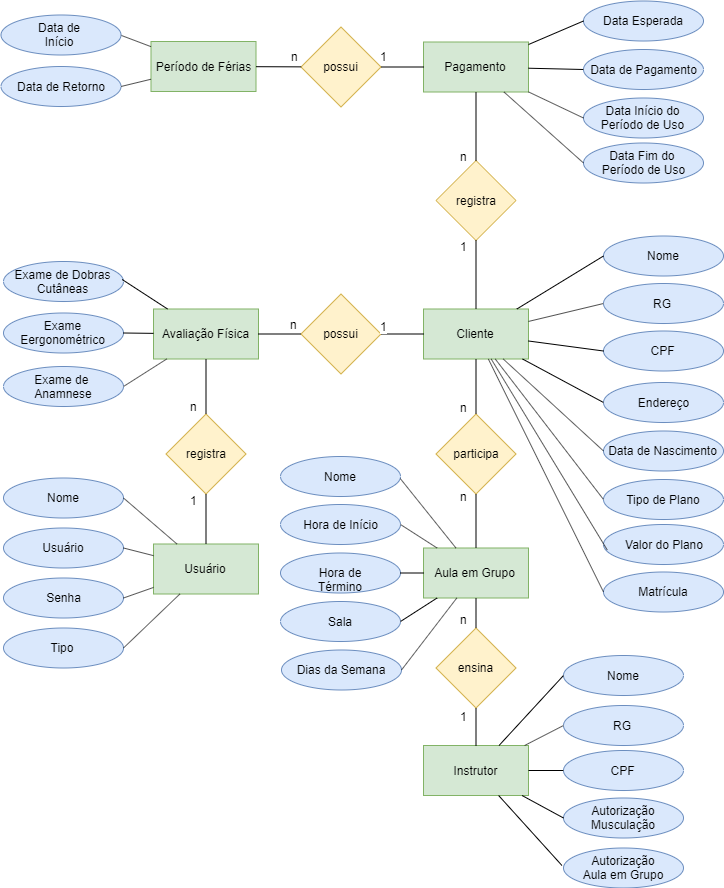
This is docs/diagramas/Diagrama Entidade-Relacionamento.png from will-steffen/esof-tcc, a draw.io export, as it was before one commit. Source tidied: cells renumbered, new cells last; positions are measured from the earlier drawing's top-left corner, leaving out a move shared by most shapes.
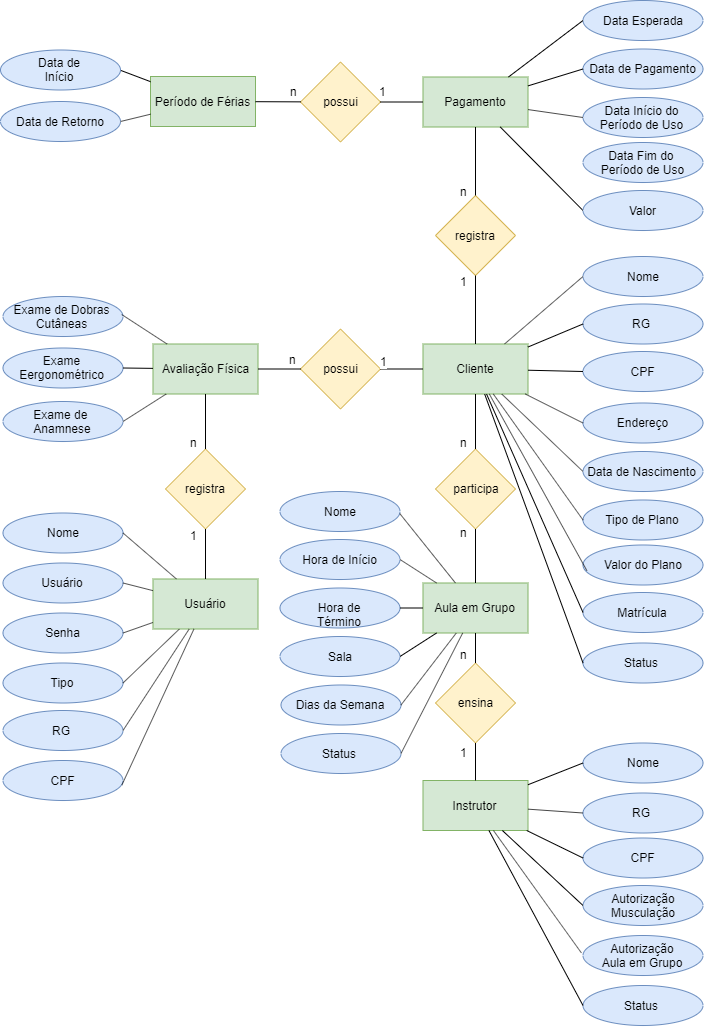
The same diagram one commit later.

Diff of the diagram source:
```diff
@@ -88,16 +88,16 @@
       <mxGeometry x="-0.5" y="65" width="120" height="40" as="geometry" />
     </mxCell>
     <mxCell id="27" value="Data Esperada" style="ellipse;whiteSpace=wrap;html=1;fillColor=#dae8fc;strokeColor=#6c8ebf;" parent="1" vertex="1">
-      <mxGeometry x="582" y="-0.5" width="120" height="40" as="geometry" />
+      <mxGeometry x="582" y="-36" width="120" height="40" as="geometry" />
     </mxCell>
     <mxCell id="28" value="Data de Pagamento" style="ellipse;whiteSpace=wrap;html=1;fillColor=#dae8fc;strokeColor=#6c8ebf;" parent="1" vertex="1">
-      <mxGeometry x="582" y="48" width="120" height="40" as="geometry" />
+      <mxGeometry x="582" y="12.5" width="120" height="40" as="geometry" />
     </mxCell>
     <mxCell id="29" value="Data Início do Período de Uso" style="ellipse;whiteSpace=wrap;html=1;fillColor=#dae8fc;strokeColor=#6c8ebf;" parent="1" vertex="1">
-      <mxGeometry x="582" y="96.5" width="120" height="40" as="geometry" />
+      <mxGeometry x="582" y="61" width="120" height="40" as="geometry" />
     </mxCell>
     <mxCell id="30" value="Data Fim do &lt;br&gt;Período de Uso" style="ellipse;whiteSpace=wrap;html=1;fillColor=#dae8fc;strokeColor=#6c8ebf;" parent="1" vertex="1">
-      <mxGeometry x="582" y="141.5" width="120" height="40" as="geometry" />
+      <mxGeometry x="582" y="106" width="120" height="40" as="geometry" />
     </mxCell>
     <mxCell id="31" value="Nome" style="ellipse;whiteSpace=wrap;html=1;fillColor=#dae8fc;strokeColor=#6c8ebf;" parent="1" vertex="1">
       <mxGeometry x="2" y="476.5" width="120" height="40" as="geometry" />
@@ -168,16 +168,16 @@
       </mxGeometry>
     </mxCell>
     <mxCell id="49" value="Endereço" style="ellipse;whiteSpace=wrap;html=1;fillColor=#dae8fc;strokeColor=#6c8ebf;" parent="1" vertex="1">
-      <mxGeometry x="602" y="381" width="120" height="40" as="geometry" />
+      <mxGeometry x="582" y="366.5" width="120" height="40" as="geometry" />
     </mxCell>
     <mxCell id="50" value="Data de Nascimento" style="ellipse;whiteSpace=wrap;html=1;fillColor=#dae8fc;strokeColor=#6c8ebf;" parent="1" vertex="1">
-      <mxGeometry x="602" y="429.5" width="120" height="40" as="geometry" />
+      <mxGeometry x="582" y="415" width="120" height="40" as="geometry" />
     </mxCell>
     <mxCell id="51" value="Tipo de Plano" style="ellipse;whiteSpace=wrap;html=1;fillColor=#dae8fc;strokeColor=#6c8ebf;" parent="1" vertex="1">
-      <mxGeometry x="602" y="478" width="120" height="40" as="geometry" />
+      <mxGeometry x="582" y="463.5" width="120" height="40" as="geometry" />
     </mxCell>
     <mxCell id="52" value="Valor do Plano" style="ellipse;whiteSpace=wrap;html=1;fillColor=#dae8fc;strokeColor=#6c8ebf;" parent="1" vertex="1">
-      <mxGeometry x="602" y="523" width="120" height="40" as="geometry" />
+      <mxGeometry x="582" y="508.5" width="120" height="40" as="geometry" />
     </mxCell>
     <mxCell id="53" value="Exame de Dobras Cutâneas" style="ellipse;whiteSpace=wrap;html=1;fillColor=#dae8fc;strokeColor=#6c8ebf;" parent="1" vertex="1">
       <mxGeometry x="2" y="260" width="120" height="40" as="geometry" />
@@ -214,7 +214,7 @@
     <mxCell id="63" style="endArrow=none;html=1;exitX=0;exitY=0.5;exitDx=0;exitDy=0;" parent="1" edge="1" source="27" target="3">
       <mxGeometry relative="1" as="geometry" />
     </mxCell>
-    <mxCell id="64" style="endArrow=none;html=1;exitX=0;exitY=0.5;exitDx=0;exitDy=0;" parent="1" edge="1" source="30" target="3">
+    <mxCell id="64" style="endArrow=none;html=1;exitX=0;exitY=0.5;exitDx=0;exitDy=0;" parent="1" edge="1" source="111" target="3">
       <mxGeometry relative="1" as="geometry" />
     </mxCell>
     <mxCell id="65" style="endArrow=none;html=1;entryX=1;entryY=0.5;entryDx=0;entryDy=0;" parent="1" edge="1" source="4" target="31">
@@ -230,19 +230,19 @@
       <mxGeometry relative="1" as="geometry" />
     </mxCell>
     <mxCell id="69" value="Nome" style="ellipse;whiteSpace=wrap;html=1;fillColor=#dae8fc;strokeColor=#6c8ebf;" parent="1" vertex="1">
-      <mxGeometry x="562" y="654" width="120" height="40" as="geometry" />
+      <mxGeometry x="582" y="706.5" width="120" height="40" as="geometry" />
     </mxCell>
     <mxCell id="70" value="RG" style="ellipse;whiteSpace=wrap;html=1;fillColor=#dae8fc;strokeColor=#6c8ebf;" parent="1" vertex="1">
-      <mxGeometry x="562" y="704" width="120" height="40" as="geometry" />
+      <mxGeometry x="582" y="756.5" width="120" height="40" as="geometry" />
     </mxCell>
     <mxCell id="71" value="CPF" style="ellipse;whiteSpace=wrap;html=1;fillColor=#dae8fc;strokeColor=#6c8ebf;" parent="1" vertex="1">
-      <mxGeometry x="562" y="749" width="120" height="40" as="geometry" />
+      <mxGeometry x="582" y="801.5" width="120" height="40" as="geometry" />
     </mxCell>
     <mxCell id="72" value="Autorização&lt;br&gt;Musculação" style="ellipse;whiteSpace=wrap;html=1;fillColor=#dae8fc;strokeColor=#6c8ebf;" parent="1" vertex="1">
-      <mxGeometry x="562" y="796.5" width="120" height="40" as="geometry" />
+      <mxGeometry x="582" y="849" width="120" height="40" as="geometry" />
     </mxCell>
     <mxCell id="73" value="Autorização&lt;br&gt;Aula em Grupo" style="ellipse;whiteSpace=wrap;html=1;fillColor=#dae8fc;strokeColor=#6c8ebf;" parent="1" vertex="1">
-      <mxGeometry x="562" y="846.5" width="120" height="40" as="geometry" />
+      <mxGeometry x="582" y="899" width="120" height="40" as="geometry" />
     </mxCell>
     <mxCell id="74" value="Hora de Início" style="ellipse;whiteSpace=wrap;html=1;fillColor=#dae8fc;strokeColor=#6c8ebf;" parent="1" vertex="1">
       <mxGeometry x="279" y="503" width="120" height="40" as="geometry" />
@@ -269,16 +269,16 @@
       <mxGeometry relative="1" as="geometry" />
     </mxCell>
     <mxCell id="82" value="Nome" style="ellipse;whiteSpace=wrap;html=1;fillColor=#dae8fc;strokeColor=#6c8ebf;" parent="1" vertex="1">
-      <mxGeometry x="602" y="234.5" width="120" height="40" as="geometry" />
+      <mxGeometry x="582" y="220" width="120" height="40" as="geometry" />
     </mxCell>
     <mxCell id="83" value="RG" style="ellipse;whiteSpace=wrap;html=1;fillColor=#dae8fc;strokeColor=#6c8ebf;" parent="1" vertex="1">
-      <mxGeometry x="602" y="282" width="120" height="40" as="geometry" />
+      <mxGeometry x="582" y="267.5" width="120" height="40" as="geometry" />
     </mxCell>
     <mxCell id="84" value="CPF" style="ellipse;whiteSpace=wrap;html=1;fillColor=#dae8fc;strokeColor=#6c8ebf;" parent="1" vertex="1">
-      <mxGeometry x="602" y="329.5" width="120" height="40" as="geometry" />
+      <mxGeometry x="582" y="315" width="120" height="40" as="geometry" />
     </mxCell>
     <mxCell id="85" value="Matrícula" style="ellipse;whiteSpace=wrap;html=1;fillColor=#dae8fc;strokeColor=#6c8ebf;" parent="1" vertex="1">
-      <mxGeometry x="602" y="570.5" width="120" height="40" as="geometry" />
+      <mxGeometry x="582" y="556" width="120" height="40" as="geometry" />
     </mxCell>
     <mxCell id="86" style="endArrow=none;html=1;exitX=0;exitY=0.5;exitDx=0;exitDy=0;" parent="1" edge="1" source="82" target="2">
       <mxGeometry relative="1" as="geometry" />
@@ -325,5 +325,38 @@
     <mxCell id="100" style="endArrow=none;html=1;entryX=1;entryY=0.5;entryDx=0;entryDy=0;" parent="1" edge="1" source="5" target="99">
       <mxGeometry relative="1" as="geometry" />
     </mxCell>
+    <mxCell id="101" value="Status" style="ellipse;whiteSpace=wrap;html=1;fillColor=#dae8fc;strokeColor=#6c8ebf;" parent="1" vertex="1">
+      <mxGeometry x="582" y="606.5" width="120" height="40" as="geometry" />
+    </mxCell>
+    <mxCell id="102" style="endArrow=none;html=1;exitX=0;exitY=0.5;exitDx=0;exitDy=0;" parent="1" edge="1" source="101" target="2">
+      <mxGeometry relative="1" as="geometry" />
+    </mxCell>
+    <mxCell id="103" value="RG" style="ellipse;whiteSpace=wrap;html=1;fillColor=#dae8fc;strokeColor=#6c8ebf;" parent="1" vertex="1">
+      <mxGeometry x="2" y="674" width="120" height="40" as="geometry" />
+    </mxCell>
+    <mxCell id="104" value="CPF" style="ellipse;whiteSpace=wrap;html=1;fillColor=#dae8fc;strokeColor=#6c8ebf;" parent="1" vertex="1">
+      <mxGeometry x="2" y="724" width="120" height="40" as="geometry" />
+    </mxCell>
+    <mxCell id="105" style="endArrow=none;html=1;entryX=1;entryY=0.5;entryDx=0;entryDy=0;" parent="1" edge="1" source="4" target="103">
+      <mxGeometry relative="1" as="geometry" />
+    </mxCell>
+    <mxCell id="106" style="endArrow=none;html=1;entryX=0.991;entryY=0.611;entryDx=0;entryDy=0;entryPerimeter=0;" parent="1" edge="1" source="4" target="104">
+      <mxGeometry relative="1" as="geometry" />
+    </mxCell>
+    <mxCell id="107" value="Status" style="ellipse;whiteSpace=wrap;html=1;fillColor=#dae8fc;strokeColor=#6c8ebf;" parent="1" vertex="1">
+      <mxGeometry x="280" y="697" width="120" height="40" as="geometry" />
+    </mxCell>
+    <mxCell id="108" value="Status" style="ellipse;whiteSpace=wrap;html=1;fillColor=#dae8fc;strokeColor=#6c8ebf;" parent="1" vertex="1">
+      <mxGeometry x="582" y="949" width="120" height="40" as="geometry" />
+    </mxCell>
+    <mxCell id="109" style="endArrow=none;html=1;entryX=1;entryY=0.5;entryDx=0;entryDy=0;" parent="1" edge="1" source="5" target="107">
+      <mxGeometry relative="1" as="geometry" />
+    </mxCell>
+    <mxCell id="110" style="endArrow=none;html=1;exitX=0;exitY=0.5;exitDx=0;exitDy=0;" parent="1" edge="1" source="108" target="12">
+      <mxGeometry relative="1" as="geometry" />
+    </mxCell>
+    <mxCell id="111" value="Valor" style="ellipse;whiteSpace=wrap;html=1;fillColor=#dae8fc;strokeColor=#6c8ebf;" parent="1" vertex="1">
+      <mxGeometry x="582" y="154" width="120" height="40" as="geometry" />
+    </mxCell>
   </root>
 </mxGraphModel>
```
